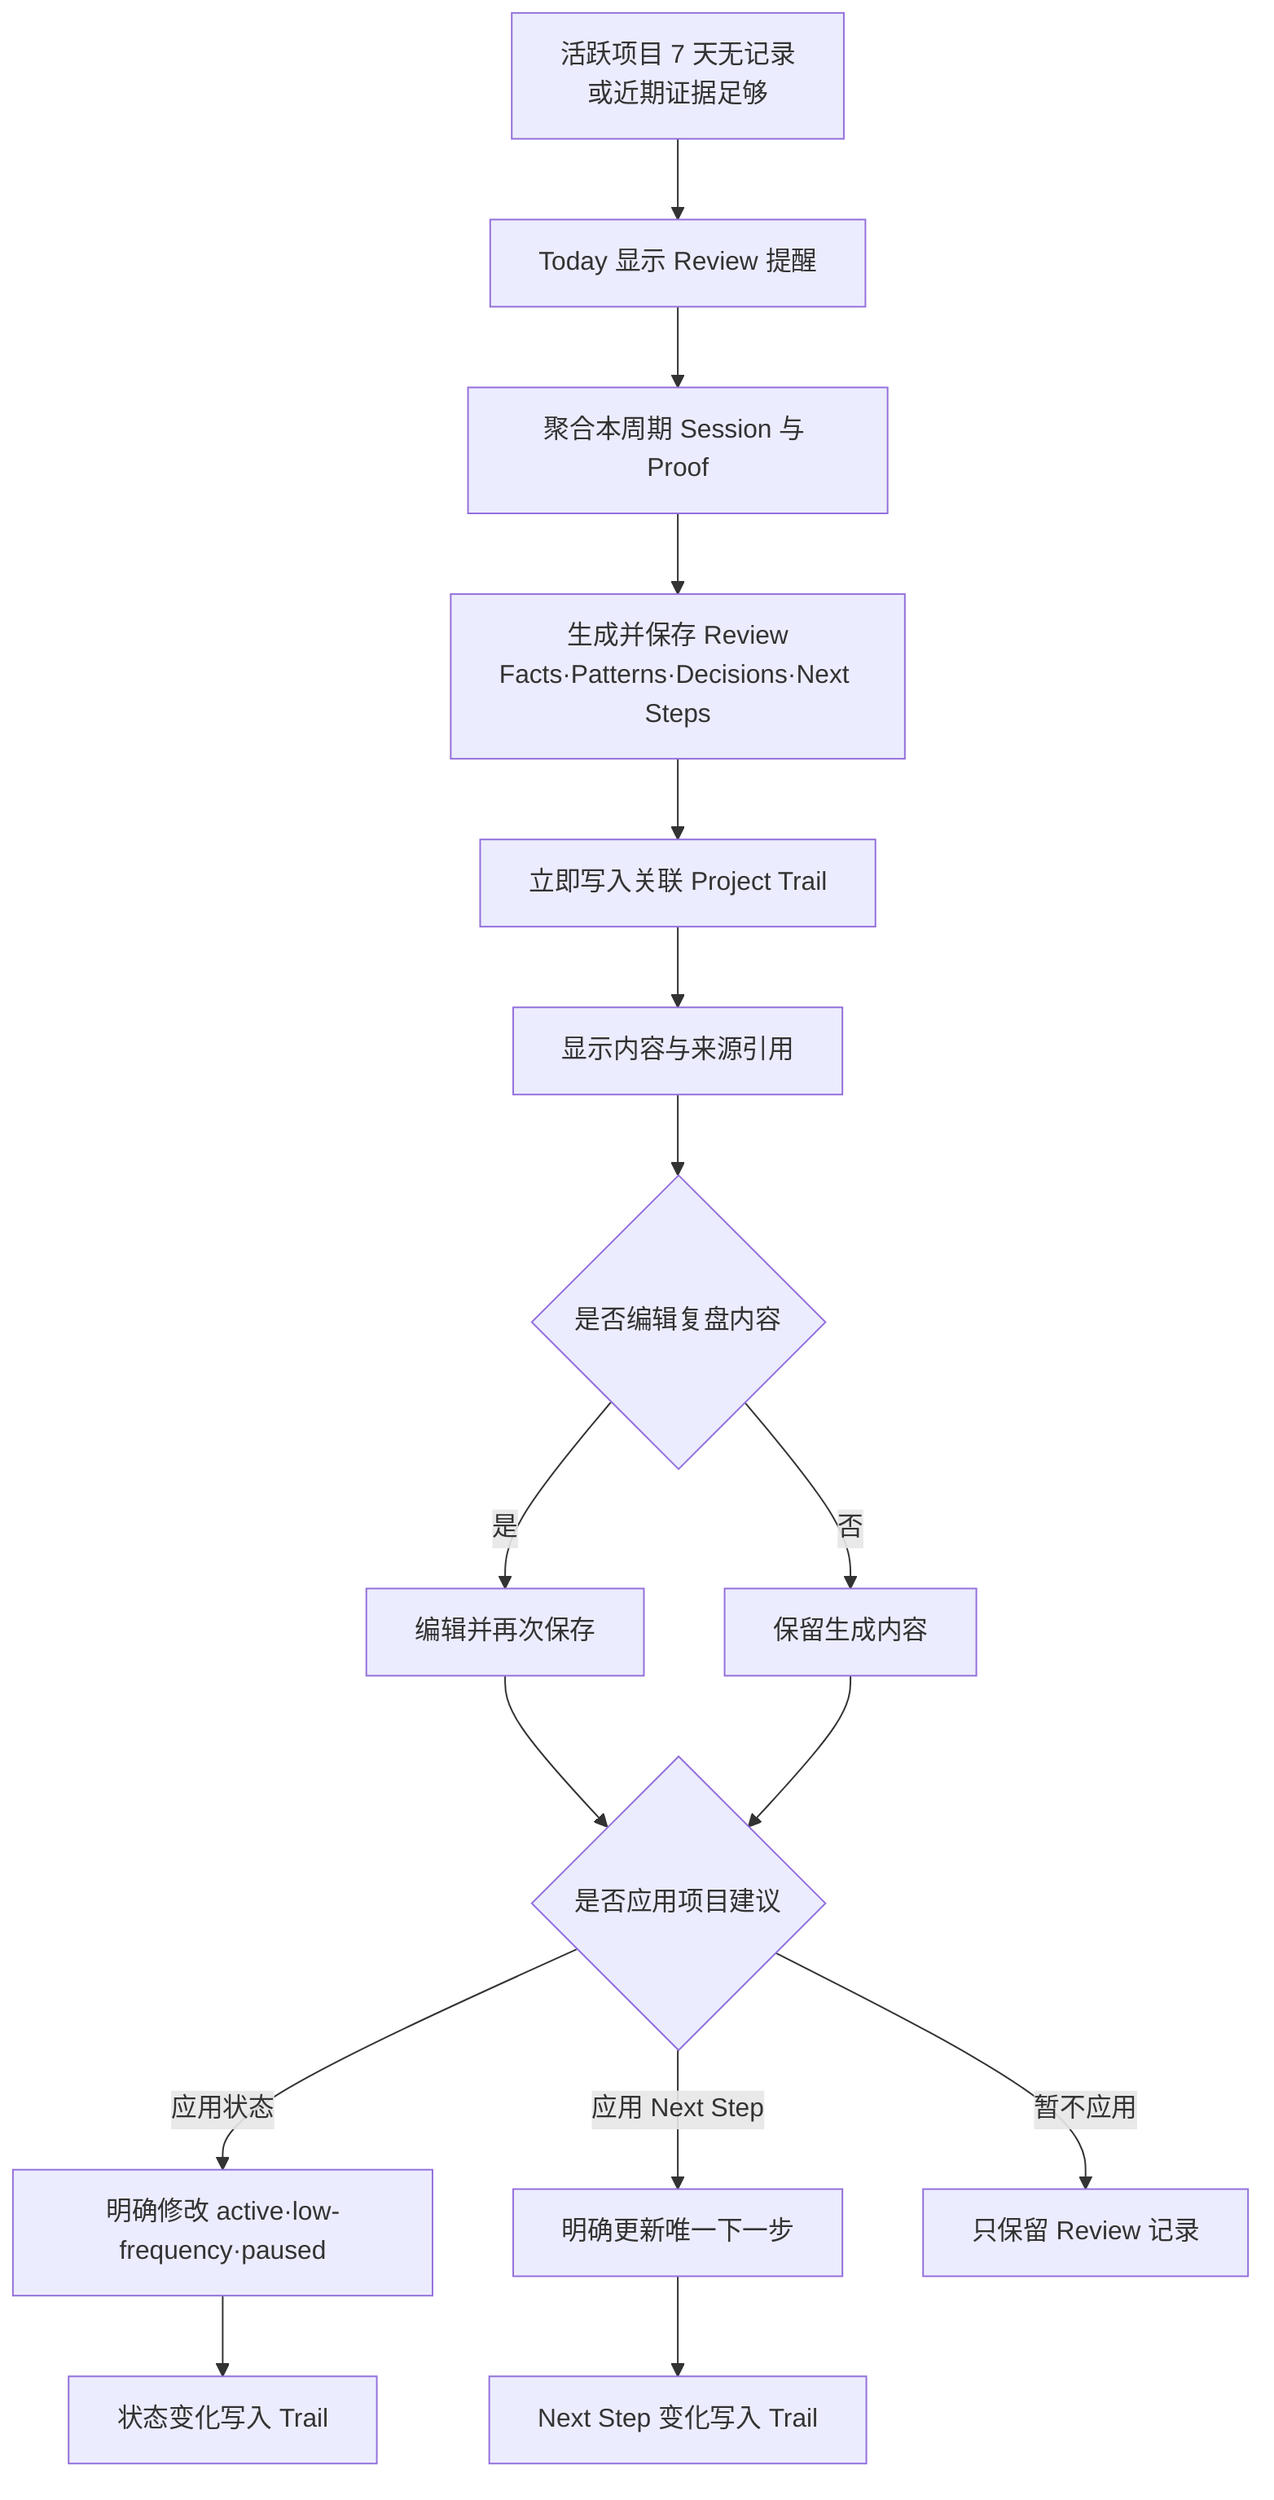
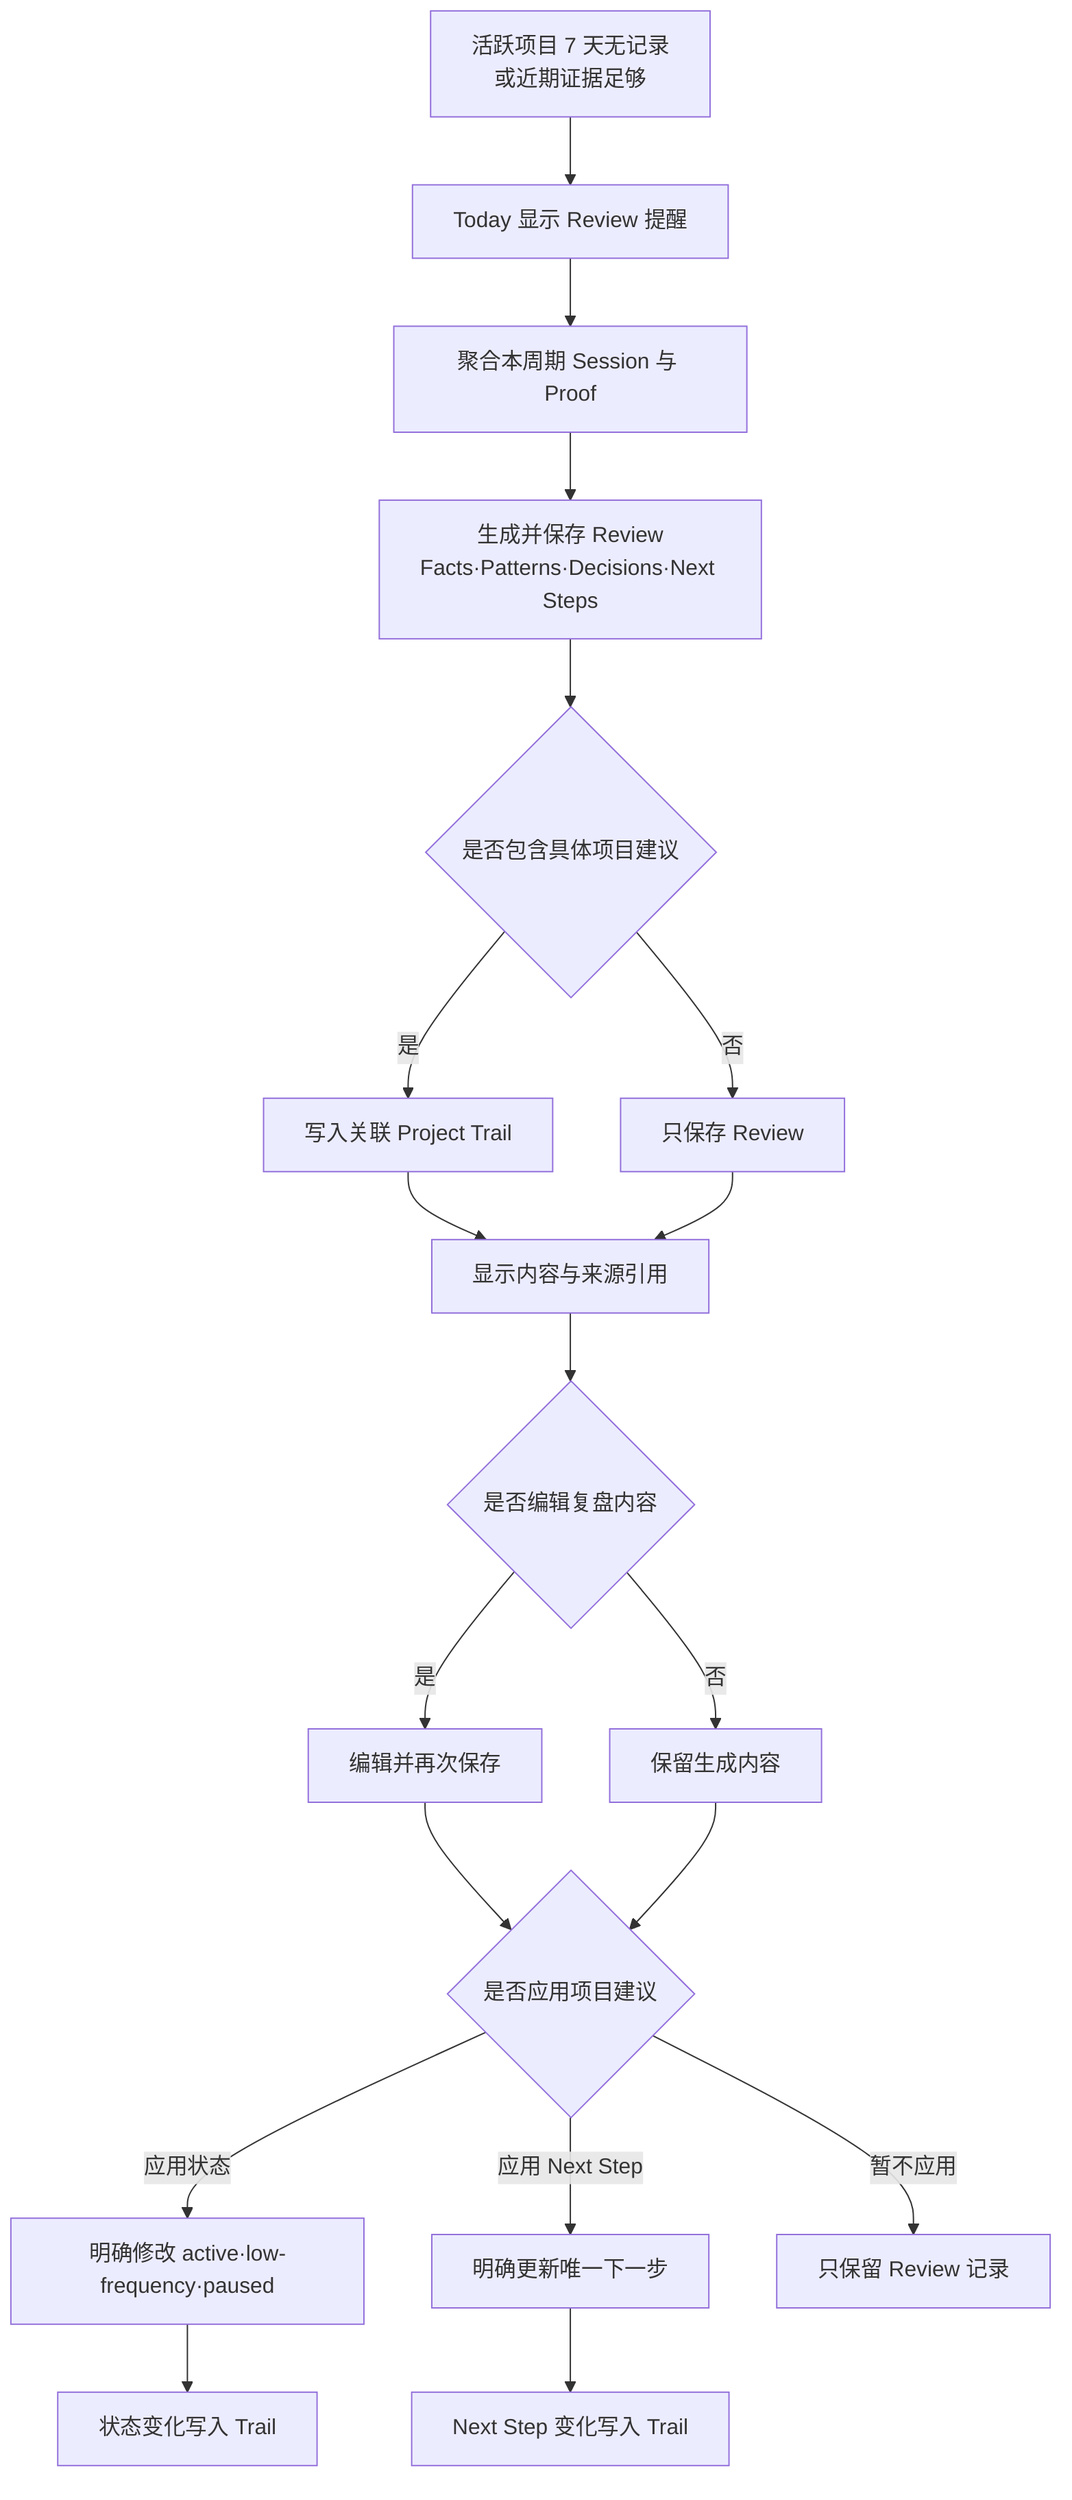
flowchart TD
  A[活跃项目 7 天无记录<br/>或近期证据足够] --> B[Today 显示 Review 提醒]
  B --> C[聚合本周期 Session 与 Proof]
  C --> D[生成并保存 Review<br/>Facts·Patterns·Decisions·Next Steps]
-   D --> E[立即写入关联 Project Trail]
-   E --> F[显示内容与来源引用]
-   F --> G{是否编辑复盘内容}
-   G -->|是| H[编辑并再次保存]
-   G -->|否| I[保留生成内容]
-   H --> J{是否应用项目建议}
-   I --> J
-   J -->|应用状态| K[明确修改 active·low-frequency·paused]
-   J -->|应用 Next Step| L[明确更新唯一下一步]
-   J -->|暂不应用| M[只保留 Review 记录]
-   K --> N[状态变化写入 Trail]
-   L --> O[Next Step 变化写入 Trail]
+   D --> E{是否包含具体项目建议}
+   E -->|是| F[写入关联 Project Trail]
+   E -->|否| G[只保存 Review]
+   F --> H[显示内容与来源引用]
+   G --> H
+   H --> I{是否编辑复盘内容}
+   I -->|是| J[编辑并再次保存]
+   I -->|否| K[保留生成内容]
+   J --> L{是否应用项目建议}
+   K --> L
+   L -->|应用状态| M[明确修改 active·low-frequency·paused]
+   L -->|应用 Next Step| N[明确更新唯一下一步]
+   L -->|暂不应用| O[只保留 Review 记录]
+   M --> P[状态变化写入 Trail]
+   N --> Q[Next Step 变化写入 Trail]
